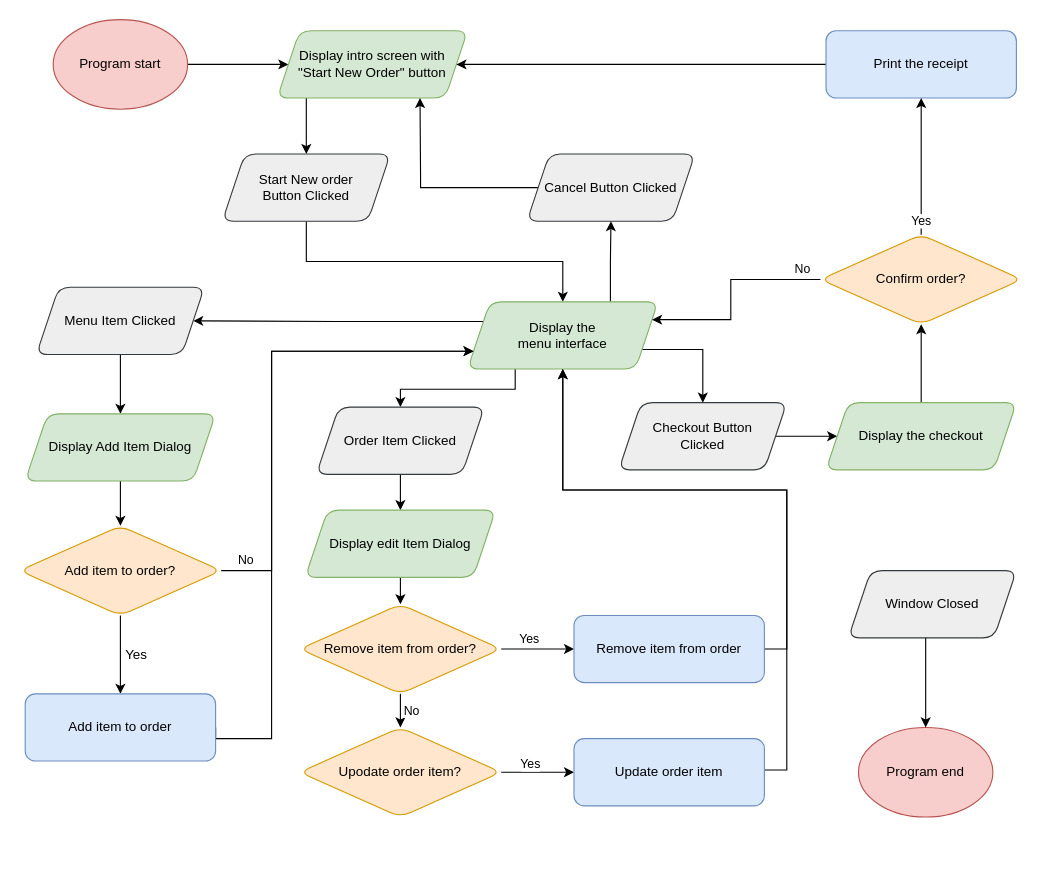
The draw.io diagram documentation/Table5 Main interface flowchart.drawio in 30199836/Table5, before the edit. Source tidied: cells renumbered, new cells numbered last; positions are measured from the earlier drawing's top-left corner, leaving out a move shared by most shapes. Both pictures are drawn from the tidied source at 112%, with x=0, y=0 at pixel (19, 19).
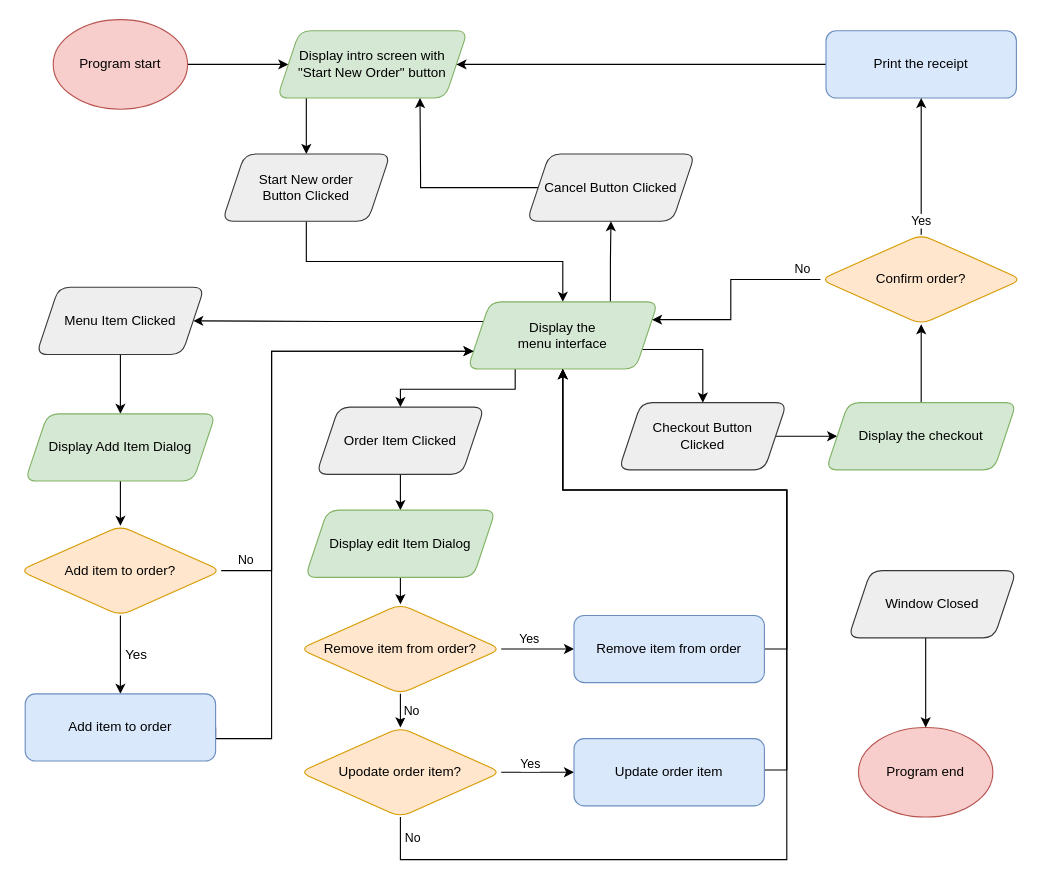
The same diagram, later.

Unchanged cells that the change refers to:
```xml
<mxCell id="13" value="Display the &lt;br&gt;menu interface" style="rounded=1;whiteSpace=wrap;html=1;fillColor=#d5e8d4;strokeColor=#82b366;fontColor=#000000;shape=parallelogram;perimeter=parallelogramPerimeter;fixedSize=1;" parent="1" vertex="1">
  <mxGeometry x="400" y="252" width="170" height="60" as="geometry" />
</mxCell>
<mxCell id="36" value="Upodate order item?" style="rhombus;whiteSpace=wrap;html=1;fillColor=#ffe6cc;strokeColor=#d79b00;fontColor=#000000;rounded=1;" parent="1" vertex="1">
  <mxGeometry x="250" y="632" width="180" height="80" as="geometry" />
</mxCell>
```

Change to the diagram source:
```diff
@@
+    <mxCell id="56" style="edgeStyle=orthogonalEdgeStyle;rounded=0;jettySize=auto;html=1;exitX=0.5;exitY=1;exitDx=0;exitDy=0;entryX=0.5;entryY=1;entryDx=0;entryDy=0;" parent="1" edge="1" source="36" target="13">
+      <mxGeometry relative="1" as="geometry">
+        <Array as="points">
+          <mxPoint x="340" y="750" />
+          <mxPoint x="685" y="750" />
+          <mxPoint x="685" y="420" />
+          <mxPoint x="485" y="420" />
+        </Array>
+      </mxGeometry>
+    </mxCell>
+    <mxCell id="57" value="No" style="edgeLabel;html=1;align=center;verticalAlign=middle;" parent="56" vertex="1">
+      <mxGeometry x="-0.95" y="-4" relative="1" as="geometry">
+        <mxPoint x="14" y="-8" as="offset" />
+      </mxGeometry>
+    </mxCell>
```
